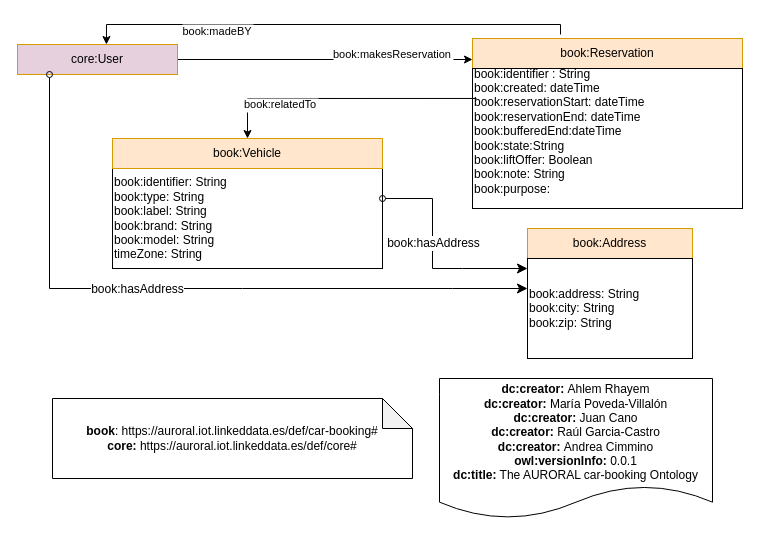
Above: diagrams/reservation.drawio in oeg-upm/auroral-Car-booking-ontology (draw.io), before the change. Source tidied: cells renumbered, new cells numbered last; positions are measured from the earlier drawing's top-left corner, leaving out a move shared by most shapes. Both pictures are drawn from the tidied source at 100%, with x=0, y=0 at pixel (17, 24).
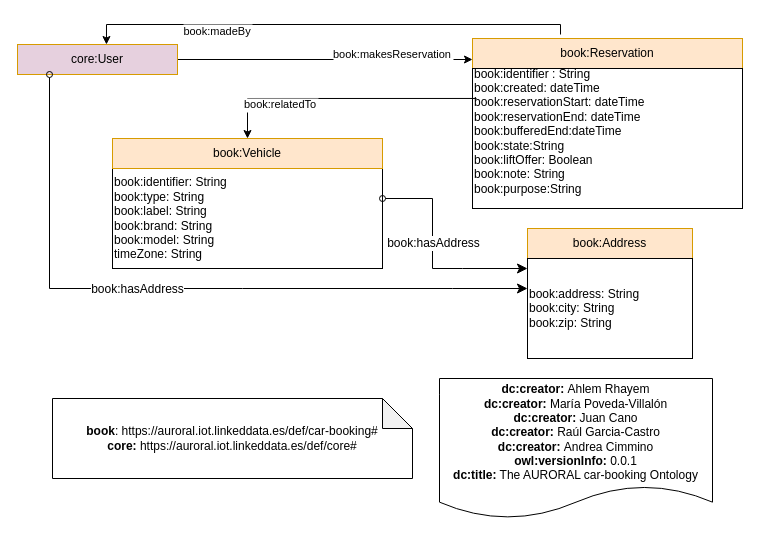
The same diagram, later.

The change refers to these unchanged cells:
```xml
<mxCell id="6" value="book:Reservation" style="rounded=0;whiteSpace=wrap;html=1;snapToPoint=1;points=[[0.1,0],[0.2,0],[0.3,0],[0.4,0],[0.5,0],[0.6,0],[0.7,0],[0.8,0],[0.9,0],[0,0.1],[0,0.3],[0,0.5],[0,0.7],[0,0.9],[0.1,1],[0.2,1],[0.3,1],[0.4,1],[0.5,1],[0.6,1],[0.7,1],[0.8,1],[0.9,1],[1,0.1],[1,0.3],[1,0.5],[1,0.7],[1,0.9]];fillColor=#ffe6cc;strokeColor=#d79b00;shadow=0;" parent="1" vertex="1">
  <mxGeometry x="455" y="14" width="270" height="30" as="geometry" />
</mxCell>
<mxCell id="9" value="core:User" style="rounded=0;whiteSpace=wrap;html=1;snapToPoint=1;points=[[0.1,0],[0.2,0],[0.3,0],[0.4,0],[0.5,0],[0.6,0],[0.7,0],[0.8,0],[0.9,0],[0,0.1],[0,0.3],[0,0.5],[0,0.7],[0,0.9],[0.1,1],[0.2,1],[0.3,1],[0.4,1],[0.5,1],[0.6,1],[0.7,1],[0.8,1],[0.9,1],[1,0.1],[1,0.3],[1,0.5],[1,0.7],[1,0.9]];fillColor=#E6D0DE;strokeColor=#d79b00;shadow=0;" parent="1" vertex="1">
  <mxGeometry y="20" width="160" height="30" as="geometry" />
</mxCell>
```

Diff of the diagram source:
```diff
@@
-    <mxCell id="8" value="book:identifier : String&lt;br&gt;book:created: dateTime&lt;br&gt;book:reservationStart: dateTime&lt;br&gt;book:reservationEnd: dateTime&lt;br&gt;book:bufferedEnd:dateTime&lt;br&gt;book:state:String&lt;br&gt;book:liftOffer: Boolean&lt;br&gt;book:note: String&lt;br&gt;book:purpose:&lt;br&gt;&amp;nbsp;" style="rounded=0;whiteSpace=wrap;html=1;snapToPoint=1;points=[[0.1,0],[0.2,0],[0.3,0],[0.4,0],[0.5,0],[0.6,0],[0.7,0],[0.8,0],[0.9,0],[0,0.1],[0,0.3],[0,0.5],[0,0.7],[0,0.9],[0.1,1],[0.2,1],[0.3,1],[0.4,1],[0.5,1],[0.6,1],[0.7,1],[0.8,1],[0.9,1],[1,0.1],[1,0.3],[1,0.5],[1,0.7],[1,0.9]];align=left;" parent="1" vertex="1">
+    <mxCell id="8" value="book:identifier : String&lt;br&gt;book:created: dateTime&lt;br&gt;book:reservationStart: dateTime&lt;br&gt;book:reservationEnd: dateTime&lt;br&gt;book:bufferedEnd:dateTime&lt;br&gt;book:state:String&lt;br&gt;book:liftOffer: Boolean&lt;br&gt;book:note: String&lt;br&gt;book:purpose:String&lt;br&gt;&amp;nbsp;" style="rounded=0;whiteSpace=wrap;html=1;snapToPoint=1;points=[[0.1,0],[0.2,0],[0.3,0],[0.4,0],[0.5,0],[0.6,0],[0.7,0],[0.8,0],[0.9,0],[0,0.1],[0,0.3],[0,0.5],[0,0.7],[0,0.9],[0.1,1],[0.2,1],[0.3,1],[0.4,1],[0.5,1],[0.6,1],[0.7,1],[0.8,1],[0.9,1],[1,0.1],[1,0.3],[1,0.5],[1,0.7],[1,0.9]];align=left;" parent="1" vertex="1">
       <mxGeometry x="455" y="44" width="270" height="140" as="geometry" />
     </mxCell>
@@
-    <mxCell id="17" value="book:madeBY" style="edgeStyle=orthogonalEdgeStyle;rounded=0;jettySize=auto;endArrow=classic;endFill=1;entryX=0.556;entryY=0;entryDx=0;entryDy=0;exitX=0.326;exitY=-0.133;exitDx=0;exitDy=0;exitPerimeter=0;entryPerimeter=0;" parent="1" edge="1" source="6" target="9">
+    <mxCell id="17" value="book:madeBy" style="edgeStyle=orthogonalEdgeStyle;rounded=0;jettySize=auto;endArrow=classic;endFill=1;entryX=0.556;entryY=0;entryDx=0;entryDy=0;exitX=0.326;exitY=-0.133;exitDx=0;exitDy=0;exitPerimeter=0;entryPerimeter=0;" parent="1" edge="1" source="6" target="9">
       <mxGeometry x="0.46" y="6" relative="1" as="geometry">
         <Array as="points">
           <mxPoint x="543" />
           <mxPoint x="89" />
         </Array>
       </mxGeometry>
     </mxCell>
```
